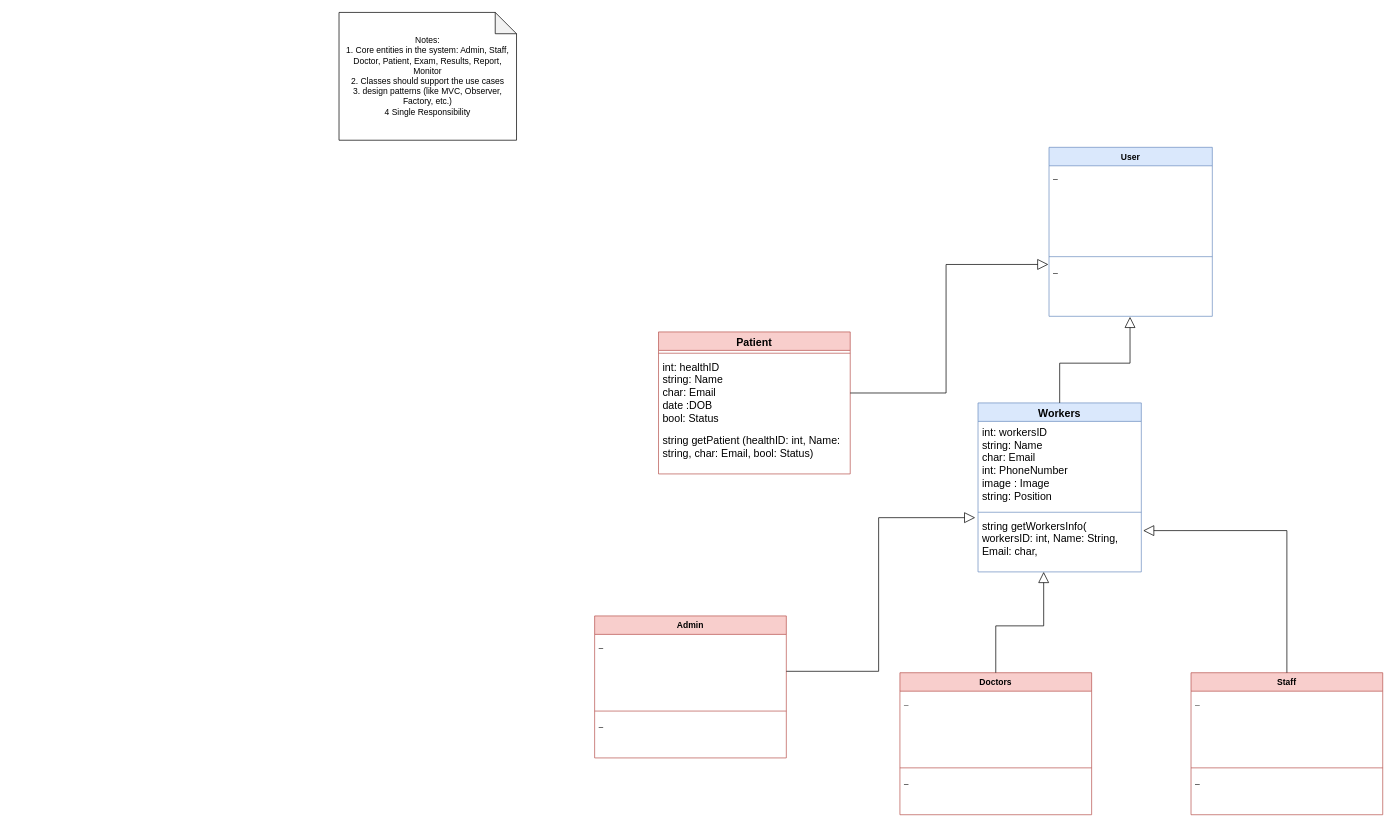
Above: Project_Documentation/class_design/3.1 Logical Viewpoint.drawio in IndecentTulip/Online-Health-Monitoring-System (draw.io), before the change. Source tidied: cells renumbered, new cells numbered last; positions are measured from the earlier drawing's top-left corner, leaving out a move shared by most shapes. Both pictures are drawn from the tidied source at 71%, with x=0, y=0 at pixel (339, 12).
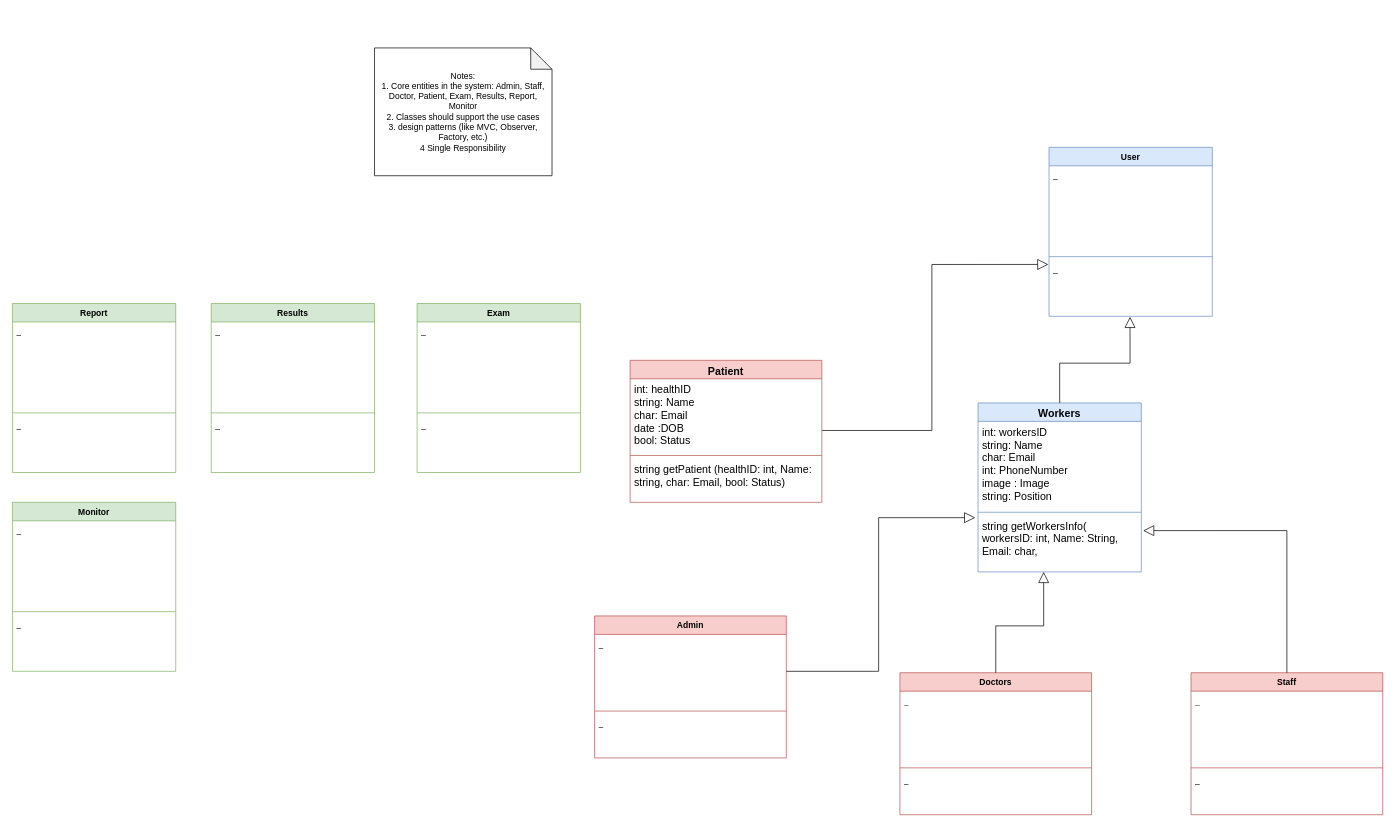
The same diagram, later.

Commit message:
Added other core entities

Unchanged cells that the change refers to:
```xml
<mxCell id="29" value="_" style="text;strokeColor=none;fillColor=none;align=left;verticalAlign=top;spacingLeft=4;spacingRight=4;overflow=hidden;points=[[0,0.5],[1,0.5]];portConstraint=eastwest;whiteSpace=wrap;html=1;" parent="26" vertex="1">
  <mxGeometry y="158" width="230" height="80" as="geometry" />
</mxCell>
```

What changed in the source:
```diff
@@
-    <mxCell id="2" value="&lt;font style=&quot;font-size: 15px;&quot;&gt;Patient&lt;/font&gt;" style="swimlane;fontStyle=1;align=center;verticalAlign=top;horizontal=1;startSize=26;whiteSpace=wrap;html=1;fillColor=#f8cecc;strokeColor=#b85450;" parent="1" vertex="1">
-      <mxGeometry x="450" y="450" width="270" height="200" as="geometry" />
-    </mxCell>
-    <mxCell id="3" style="line;strokeWidth=1;fillColor=none;align=left;verticalAlign=middle;spacingTop=-1;spacingLeft=3;spacingRight=3;labelPosition=right;strokeColor=inherit;" parent="2" vertex="1">
-      <mxGeometry y="26" width="270" height="8" as="geometry" />
-    </mxCell>
-    <mxCell id="4" value="&lt;font style=&quot;font-size: 15px;&quot;&gt;int: healthID&lt;/font&gt;&lt;div&gt;&lt;font style=&quot;font-size: 15px;&quot;&gt;string: Name&lt;/font&gt;&lt;/div&gt;&lt;div&gt;&lt;font style=&quot;font-size: 15px;&quot;&gt;char: Email&lt;/font&gt;&lt;/div&gt;&lt;div&gt;&lt;span style=&quot;font-size: 15px;&quot;&gt;date :DOB&lt;/span&gt;&lt;/div&gt;&lt;div&gt;&lt;font style=&quot;font-size: 15px;&quot;&gt;bool: Status&lt;/font&gt;&lt;/div&gt;&lt;div&gt;&lt;font style=&quot;font-size: 15px;&quot;&gt;&lt;br&gt;&lt;/font&gt;&lt;/div&gt;" style="text;strokeColor=none;fillColor=none;align=left;verticalAlign=top;spacingLeft=4;spacingRight=4;overflow=hidden;points=[[0,0.5],[1,0.5]];portConstraint=eastwest;whiteSpace=wrap;html=1;" parent="2" vertex="1">
-      <mxGeometry y="34" width="270" height="104" as="geometry" />
-    </mxCell>
-    <mxCell id="5" value="&lt;span style=&quot;font-size: 15px;&quot;&gt;string getPatient (healthID: int, Name: string, char: Email, bool: Status)&amp;nbsp;&lt;/span&gt;" style="text;strokeColor=none;fillColor=none;align=left;verticalAlign=top;spacingLeft=4;spacingRight=4;overflow=hidden;whiteSpace=wrap;html=1;" parent="2" vertex="1">
-      <mxGeometry y="138" width="270" height="62" as="geometry" />
-    </mxCell>
@@
     <mxCell id="10" value="Notes:&lt;br&gt;&lt;div&gt;1. Core entities in the system: Admin, Staff, Doctor, Patient, Exam, Results, Report, Monitor&lt;/div&gt;&lt;div&gt;2. Classes should support the use cases&lt;/div&gt;&lt;div&gt;3. design patterns (like MVC, Observer, Factory, etc.)&lt;/div&gt;&lt;div&gt;4  Single Responsibility&lt;/div&gt;" style="shape=note;whiteSpace=wrap;html=1;backgroundOutline=1;darkOpacity=0.05;" parent="1" vertex="1">
-      <mxGeometry width="250" height="180" as="geometry" />
+      <mxGeometry x="50" y="50" width="250" height="180" as="geometry" />
     </mxCell>
@@
-    <mxCell id="30" style="edgeStyle=orthogonalEdgeStyle;rounded=0;jettySize=auto;html=1;entryX=-0.004;entryY=0.087;entryDx=0;entryDy=0;entryPerimeter=0;endArrow=block;endFill=0;endSize=13;" parent="1" edge="1" source="4" target="29">
+    <mxCell id="30" style="edgeStyle=orthogonalEdgeStyle;rounded=0;jettySize=auto;html=1;entryX=-0.004;entryY=0.087;entryDx=0;entryDy=0;entryPerimeter=0;endArrow=block;endFill=0;endSize=13;exitX=1.001;exitY=0.7;exitDx=0;exitDy=0;exitPerimeter=0;" parent="1" edge="1" source="4" target="29">
       <mxGeometry relative="1" as="geometry" />
     </mxCell>
@@
+    <mxCell id="2" value="&lt;font style=&quot;font-size: 15px;&quot;&gt;Patient&lt;/font&gt;" style="swimlane;fontStyle=1;align=center;verticalAlign=top;horizontal=1;startSize=26;whiteSpace=wrap;html=1;fillColor=#f8cecc;strokeColor=#b85450;" parent="1" vertex="1">
+      <mxGeometry x="410" y="490" width="270" height="200" as="geometry" />
+    </mxCell>
+    <mxCell id="4" value="&lt;font style=&quot;font-size: 15px;&quot;&gt;int: healthID&lt;/font&gt;&lt;div&gt;&lt;font style=&quot;font-size: 15px;&quot;&gt;string: Name&lt;/font&gt;&lt;/div&gt;&lt;div&gt;&lt;font style=&quot;font-size: 15px;&quot;&gt;char: Email&lt;/font&gt;&lt;/div&gt;&lt;div&gt;&lt;span style=&quot;font-size: 15px;&quot;&gt;date :DOB&lt;/span&gt;&lt;/div&gt;&lt;div&gt;&lt;font style=&quot;font-size: 15px;&quot;&gt;bool: Status&lt;/font&gt;&lt;/div&gt;&lt;div&gt;&lt;font style=&quot;font-size: 15px;&quot;&gt;&lt;br&gt;&lt;br&gt;&lt;/font&gt;&lt;/div&gt;" style="text;strokeColor=none;fillColor=none;align=left;verticalAlign=top;spacingLeft=4;spacingRight=4;overflow=hidden;points=[[0,0.5],[1,0.5]];portConstraint=eastwest;whiteSpace=wrap;html=1;" parent="2" vertex="1">
+      <mxGeometry y="26" width="270" height="104" as="geometry" />
+    </mxCell>
+    <mxCell id="32" style="line;strokeWidth=1;fillColor=none;align=left;verticalAlign=middle;spacingTop=-1;spacingLeft=3;spacingRight=3;labelPosition=right;strokeColor=inherit;" parent="2" vertex="1">
+      <mxGeometry y="130" width="270" height="8" as="geometry" />
+    </mxCell>
+    <mxCell id="5" value="&lt;span style=&quot;font-size: 15px;&quot;&gt;string getPatient (healthID: int, Name: string, char: Email, bool: Status) &lt;br&gt;&lt;/span&gt;" style="text;strokeColor=none;fillColor=none;align=left;verticalAlign=top;spacingLeft=4;spacingRight=4;overflow=hidden;whiteSpace=wrap;html=1;" parent="2" vertex="1">
+      <mxGeometry y="138" width="270" height="62" as="geometry" />
+    </mxCell>
+    <mxCell id="33" value="Results" style="swimlane;fontStyle=1;align=center;verticalAlign=top;horizontal=1;startSize=26;whiteSpace=wrap;html=1;fillColor=#d5e8d4;strokeColor=#82b366;" parent="1" vertex="1">
+      <mxGeometry x="-180" y="410" width="230" height="238" as="geometry" />
+    </mxCell>
+    <mxCell id="34" value="_" style="text;strokeColor=none;fillColor=none;align=left;verticalAlign=top;spacingLeft=4;spacingRight=4;overflow=hidden;whiteSpace=wrap;html=1;" parent="33" vertex="1">
+      <mxGeometry y="26" width="230" height="124" as="geometry" />
+    </mxCell>
+    <mxCell id="35" style="line;strokeWidth=1;fillColor=none;align=left;verticalAlign=middle;spacingTop=-1;spacingLeft=3;spacingRight=3;labelPosition=right;strokeColor=inherit;" parent="33" vertex="1">
+      <mxGeometry y="150" width="230" height="8" as="geometry" />
+    </mxCell>
+    <mxCell id="36" value="_" style="text;strokeColor=none;fillColor=none;align=left;verticalAlign=top;spacingLeft=4;spacingRight=4;overflow=hidden;whiteSpace=wrap;html=1;" parent="33" vertex="1">
+      <mxGeometry y="158" width="230" height="80" as="geometry" />
+    </mxCell>
+    <mxCell id="37" value="Exam" style="swimlane;fontStyle=1;align=center;verticalAlign=top;horizontal=1;startSize=26;whiteSpace=wrap;html=1;fillColor=#d5e8d4;strokeColor=#82b366;" parent="1" vertex="1">
+      <mxGeometry x="110" y="410" width="230" height="238" as="geometry" />
+    </mxCell>
+    <mxCell id="38" value="_" style="text;strokeColor=none;fillColor=none;align=left;verticalAlign=top;spacingLeft=4;spacingRight=4;overflow=hidden;whiteSpace=wrap;html=1;" parent="37" vertex="1">
+      <mxGeometry y="26" width="230" height="124" as="geometry" />
+    </mxCell>
+    <mxCell id="39" style="line;strokeWidth=1;fillColor=none;align=left;verticalAlign=middle;spacingTop=-1;spacingLeft=3;spacingRight=3;labelPosition=right;strokeColor=inherit;" parent="37" vertex="1">
+      <mxGeometry y="150" width="230" height="8" as="geometry" />
+    </mxCell>
+    <mxCell id="40" value="_" style="text;strokeColor=none;fillColor=none;align=left;verticalAlign=top;spacingLeft=4;spacingRight=4;overflow=hidden;whiteSpace=wrap;html=1;" parent="37" vertex="1">
+      <mxGeometry y="158" width="230" height="80" as="geometry" />
+    </mxCell>
+    <mxCell id="41" value="Report" style="swimlane;fontStyle=1;align=center;verticalAlign=top;horizontal=1;startSize=26;whiteSpace=wrap;html=1;fillColor=#d5e8d4;strokeColor=#82b366;" parent="1" vertex="1">
+      <mxGeometry x="-460" y="410" width="230" height="238" as="geometry" />
+    </mxCell>
+    <mxCell id="42" value="_" style="text;strokeColor=none;fillColor=none;align=left;verticalAlign=top;spacingLeft=4;spacingRight=4;overflow=hidden;whiteSpace=wrap;html=1;" parent="41" vertex="1">
+      <mxGeometry y="26" width="230" height="124" as="geometry" />
+    </mxCell>
+    <mxCell id="43" style="line;strokeWidth=1;fillColor=none;align=left;verticalAlign=middle;spacingTop=-1;spacingLeft=3;spacingRight=3;labelPosition=right;strokeColor=inherit;" parent="41" vertex="1">
+      <mxGeometry y="150" width="230" height="8" as="geometry" />
+    </mxCell>
+    <mxCell id="44" value="_" style="text;strokeColor=none;fillColor=none;align=left;verticalAlign=top;spacingLeft=4;spacingRight=4;overflow=hidden;whiteSpace=wrap;html=1;" parent="41" vertex="1">
+      <mxGeometry y="158" width="230" height="80" as="geometry" />
+    </mxCell>
+    <mxCell id="45" value="Monitor" style="swimlane;fontStyle=1;align=center;verticalAlign=top;horizontal=1;startSize=26;whiteSpace=wrap;html=1;fillColor=#d5e8d4;strokeColor=#82b366;" parent="1" vertex="1">
+      <mxGeometry x="-460" y="690" width="230" height="238" as="geometry" />
+    </mxCell>
+    <mxCell id="46" value="_" style="text;strokeColor=none;fillColor=none;align=left;verticalAlign=top;spacingLeft=4;spacingRight=4;overflow=hidden;whiteSpace=wrap;html=1;" parent="45" vertex="1">
+      <mxGeometry y="26" width="230" height="124" as="geometry" />
+    </mxCell>
+    <mxCell id="47" style="line;strokeWidth=1;fillColor=none;align=left;verticalAlign=middle;spacingTop=-1;spacingLeft=3;spacingRight=3;labelPosition=right;strokeColor=inherit;" parent="45" vertex="1">
+      <mxGeometry y="150" width="230" height="8" as="geometry" />
+    </mxCell>
+    <mxCell id="48" value="_" style="text;strokeColor=none;fillColor=none;align=left;verticalAlign=top;spacingLeft=4;spacingRight=4;overflow=hidden;whiteSpace=wrap;html=1;" parent="45" vertex="1">
+      <mxGeometry y="158" width="230" height="80" as="geometry" />
+    </mxCell>
```
